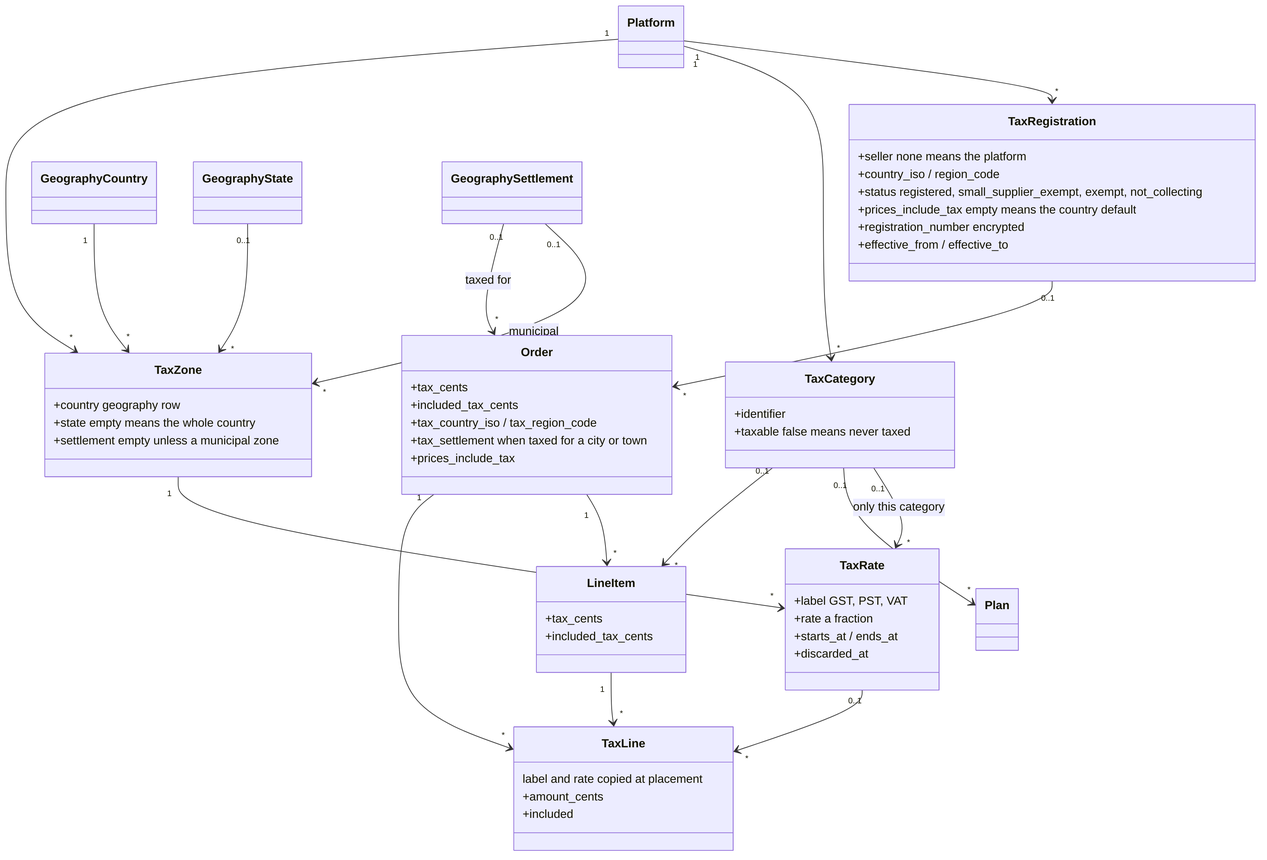
Above: docs/diagrams/exports/png/billing_tax_model.png in better-together-org/community-engine-rails (Mermaid), before the change. Its source is kept beside it as docs/diagrams/source/billing_tax_model.mmd.
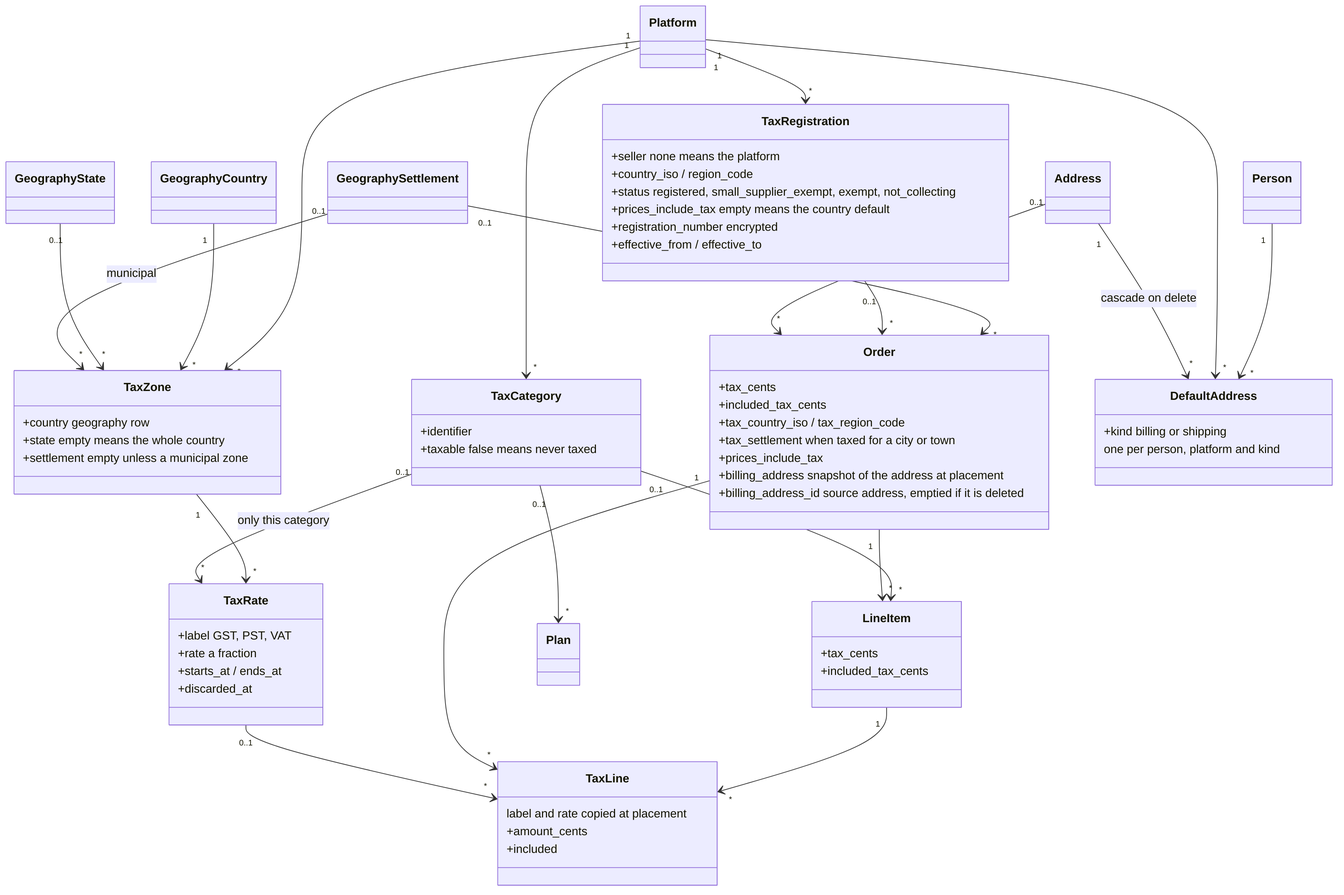
The same file after the commit.

What changed in the source:
```diff
@@ -33,6 +33,12 @@
     +tax_country_iso / tax_region_code
     +tax_settlement  when taxed for a city or town
     +prices_include_tax
+    +billing_address  snapshot of the address at placement
+    +billing_address_id  source address, emptied if it is deleted
+  }
+  class DefaultAddress {
+    +kind  billing or shipping
+    one per person, platform and kind
   }
   class LineItem {
     +tax_cents
@@ -54,3 +60,7 @@
   LineItem "1" --> "*" TaxLine
   Order "1" --> "*" TaxLine
   TaxRate "0..1" --> "*" TaxLine
+  Person "1" --> "*" DefaultAddress
+  Platform "1" --> "*" DefaultAddress
+  Address "1" --> "*" DefaultAddress : cascade on delete
+  Address "0..1" --> "*" Order : billing address source
```
